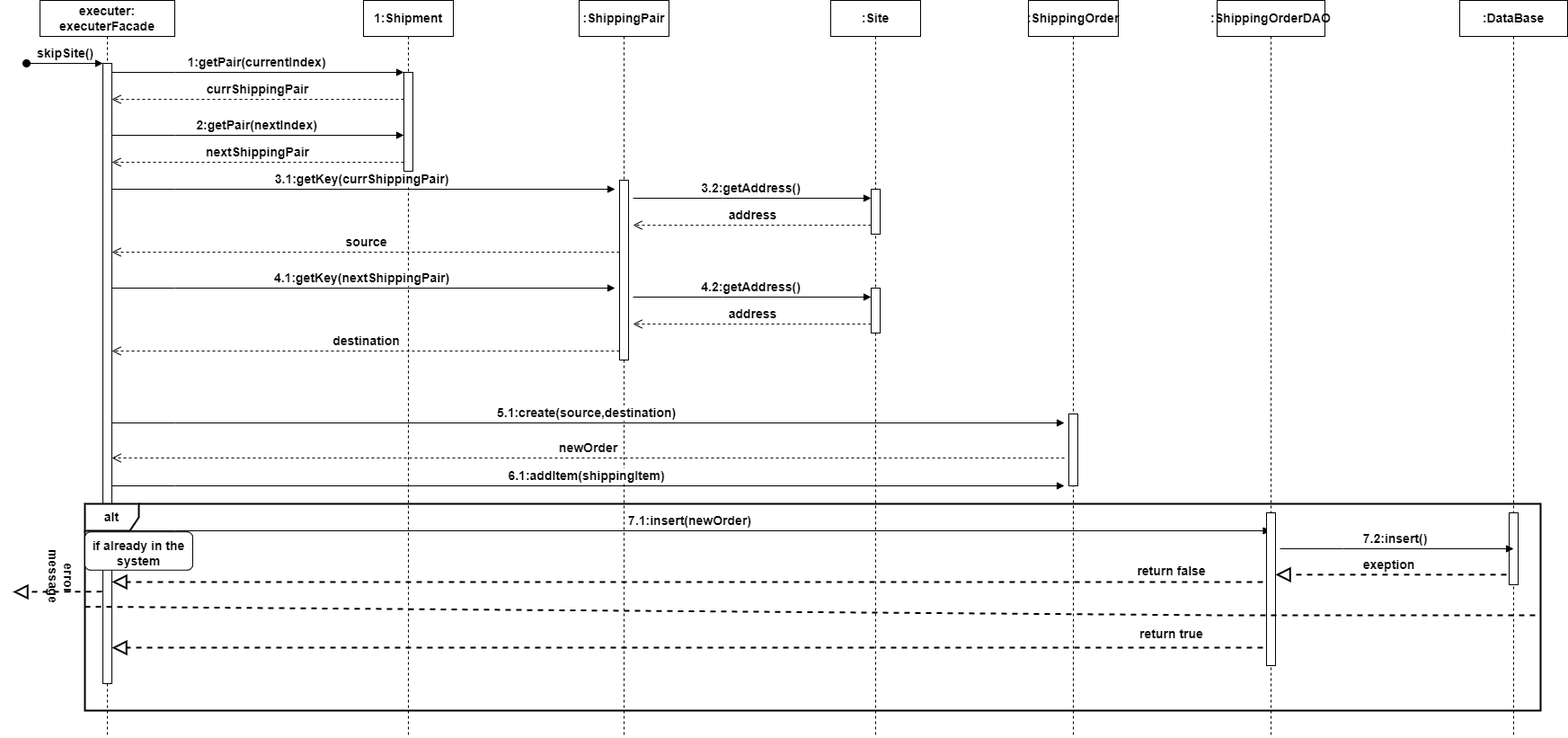
Above: C3- assign Driver.drawio.png in omerad1/drw (draw.io), before the change. Source tidied: cells renumbered, new cells last; positions are measured from the earlier drawing's top-left corner, leaving out a move shared by most shapes.
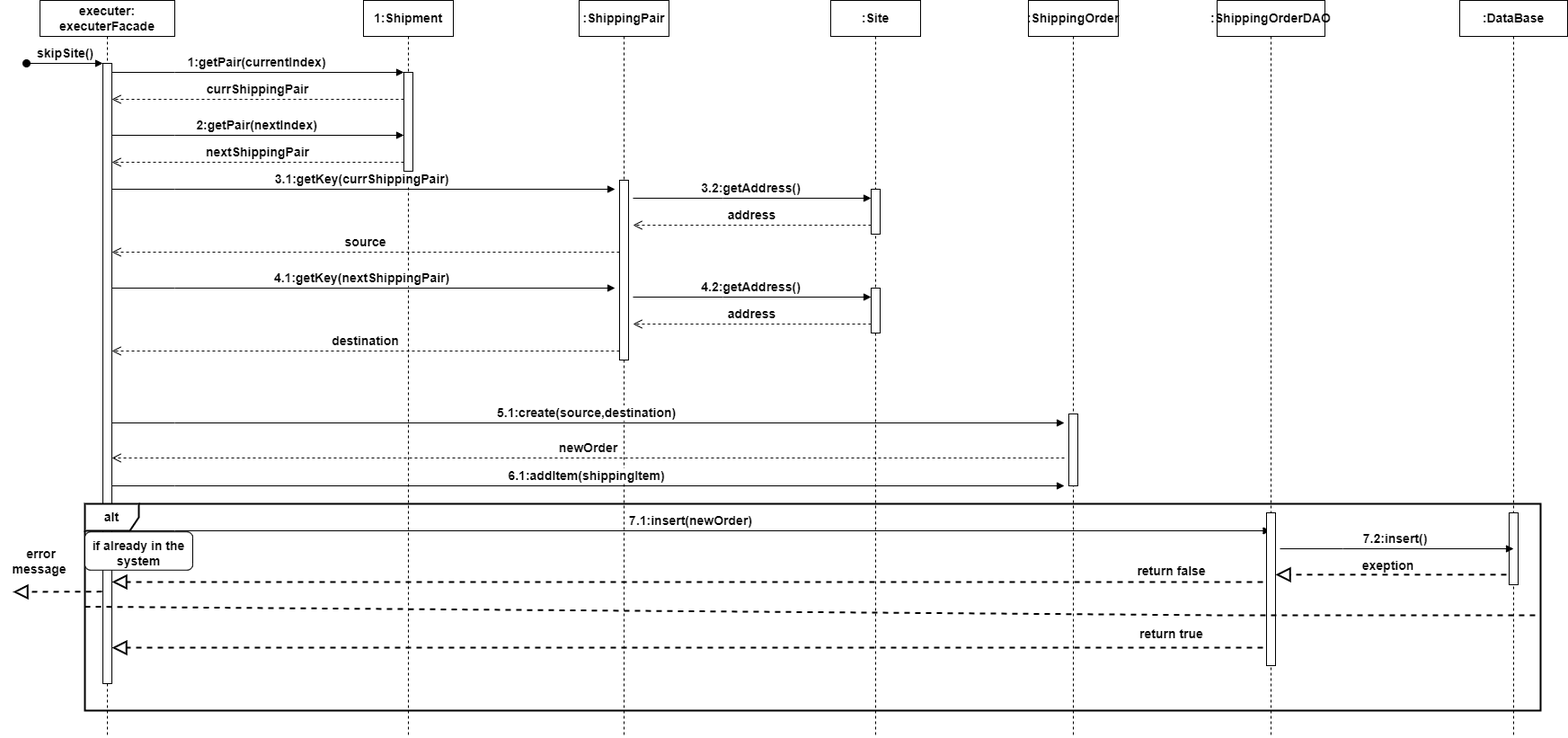
Later version of the same file.

The edit, as a diff of the source:
```diff
@@ -230,8 +230,8 @@
         <mxPoint y="658" as="targetPoint" />
       </mxGeometry>
     </mxCell>
-    <mxCell id="38" value="error message&amp;nbsp;" style="text;html=1;align=center;verticalAlign=middle;whiteSpace=wrap;rounded=0;fontStyle=1;strokeWidth=2;fontSize=14;rotation=90;" parent="1" vertex="1">
-      <mxGeometry x="10" y="627.5" width="89" height="30" as="geometry" />
+    <mxCell id="38" value="error message&amp;nbsp;" style="text;html=1;align=center;verticalAlign=middle;whiteSpace=wrap;rounded=0;fontStyle=1;strokeWidth=2;fontSize=14;rotation=0;" parent="1" vertex="1">
+      <mxGeometry x="-8.1" y="595.6" width="79" height="56.2" as="geometry" />
     </mxCell>
     <mxCell id="39" style="endArrow=block;dashed=1;endFill=0;endSize=12;html=1;rounded=0;fontStyle=1;strokeWidth=2;fontSize=14;" parent="1" edge="1" target="3">
       <mxGeometry relative="1" as="geometry">
```
